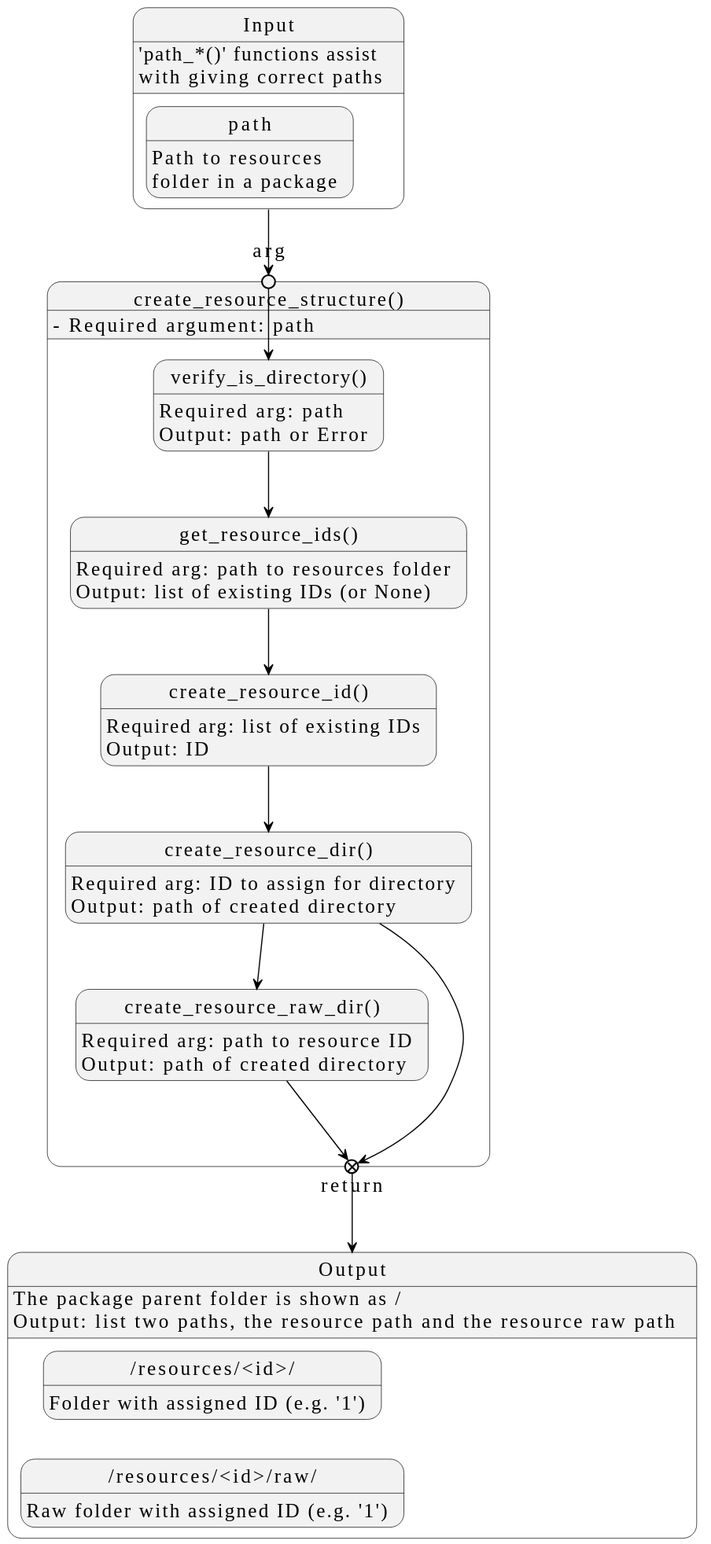
seedcase-project/seedcase-sprout keeps this PlantUML diagram as docs/design/images/core-python-functions/create-resource-structure.svg. Above is the earlier version.
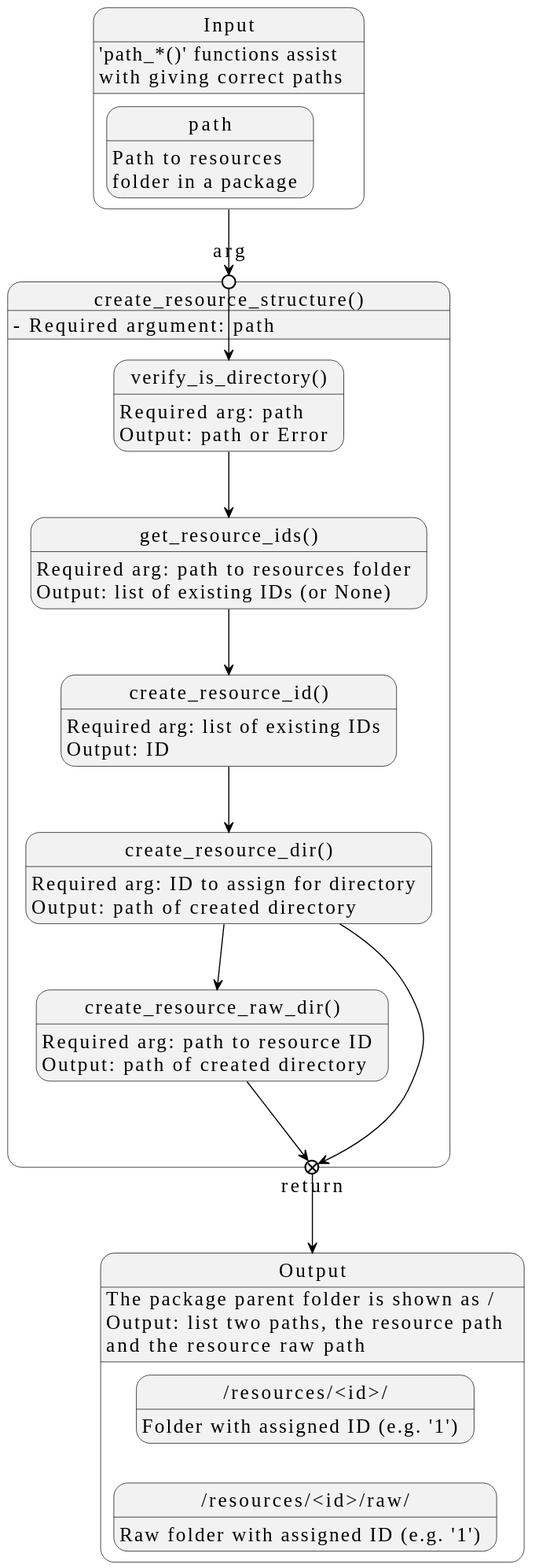
Above is the later version.

Commit message:
docs: :pencil2: small formatting fix

The edit, as a diff of the source:
```diff
@@ -11,7 +11,7 @@
 
 state "Output" as output {
   output : The package parent folder is shown as /
-  output : Output: list two paths, the resource path and the resource raw path
+  output : Output: list two paths, the resource path\nand the resource raw path
   state "/resources/<id>/" as folder_id
   folder_id : Folder with assigned ID (e.g. '1')
 
```
